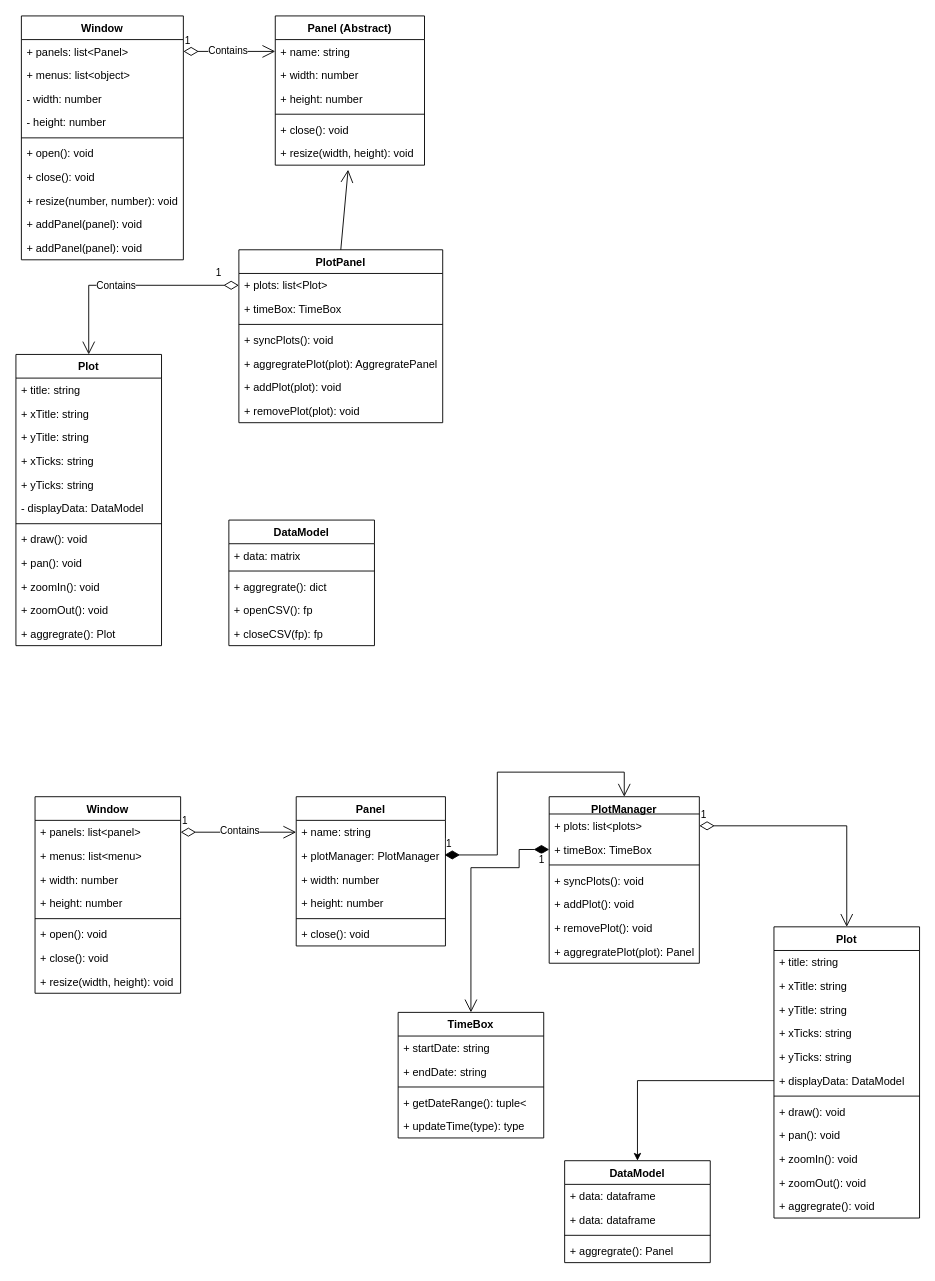
The draw.io diagram ClassModel.drawio in LukiePookie1/data-visualization-application, before the edit. Source tidied: cells renumbered, new cells numbered last; positions are measured from the earlier drawing's top-left corner, leaving out a move shared by most shapes. Both pictures are drawn from the tidied source at 91%, with x=0, y=0 at pixel (15, 15).
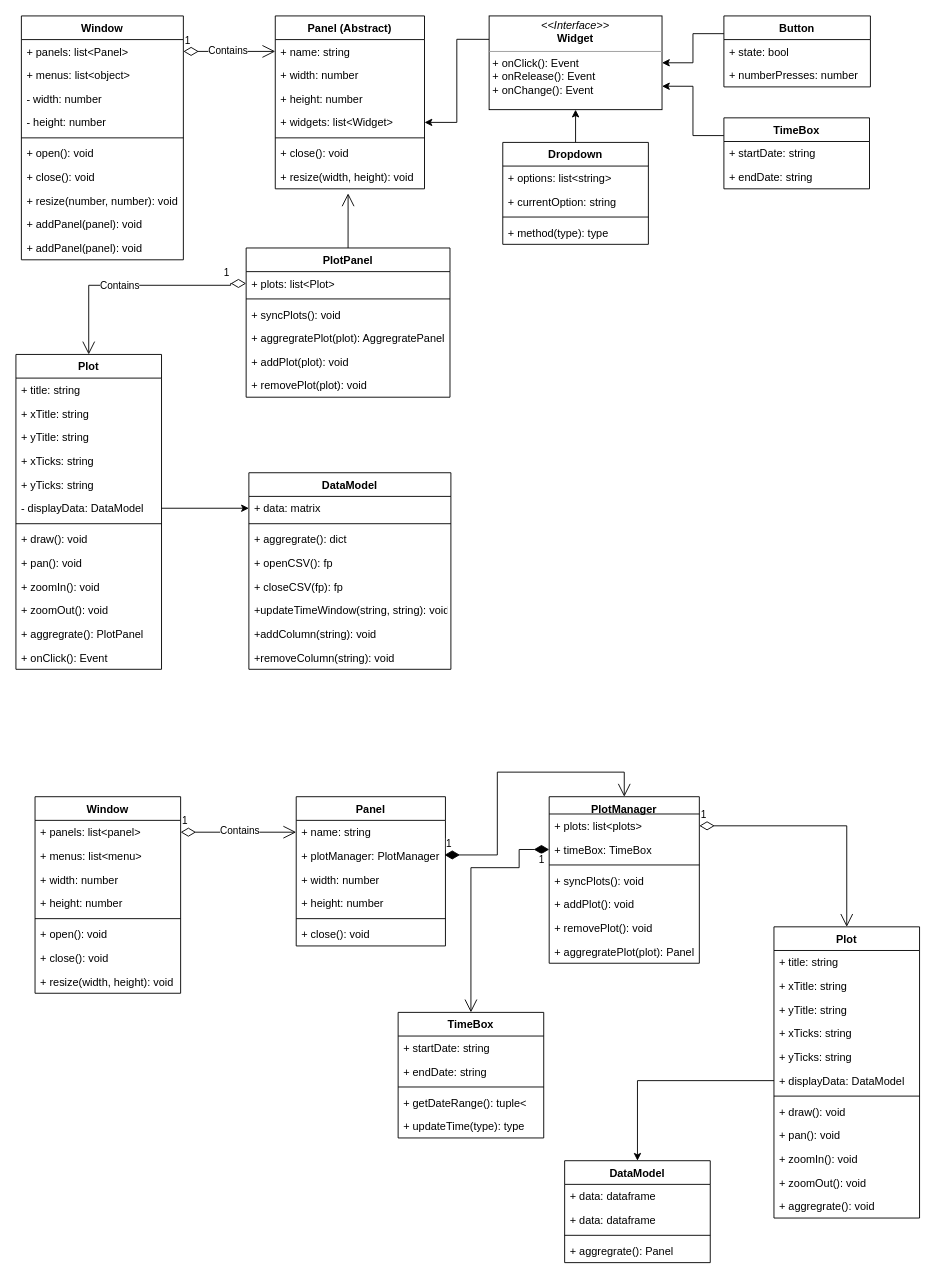
The same diagram, later.

The change refers to these unchanged cells:
```xml
<mxCell id="77" value="+ plots: list&lt;Plot&gt;" style="text;strokeColor=none;fillColor=none;align=left;verticalAlign=top;spacingLeft=4;spacingRight=4;overflow=hidden;points=[[0,0.5],[1,0.5]];portConstraint=eastwest;" parent="76" vertex="1">
  <mxGeometry y="26" width="224" height="26" as="geometry" />
</mxCell>
<mxCell id="91" value="- displayData: DataModel" style="text;strokeColor=none;fillColor=none;align=left;verticalAlign=top;spacingLeft=4;spacingRight=4;overflow=hidden;points=[[0,0.5],[1,0.5]];portConstraint=eastwest;" parent="85" vertex="1">
  <mxGeometry y="156" width="160" height="26" as="geometry" />
</mxCell>
```

Change to the diagram source:
```diff
@@
     <mxCell id="67" value="Panel (Abstract)" style="swimlane;fontStyle=1;align=center;verticalAlign=top;horizontal=1;startSize=26;" parent="1" vertex="1">
-      <mxGeometry x="285" width="164" height="164" as="geometry" />
+      <mxGeometry x="285" width="164" height="190" as="geometry" />
     </mxCell>
@@
+    <mxCell id="106" value="+ widgets: list&lt;Widget&gt;" style="text;strokeColor=none;fillColor=none;align=left;verticalAlign=top;spacingLeft=4;spacingRight=4;overflow=hidden;points=[[0,0.5],[1,0.5]];portConstraint=eastwest;" parent="67" vertex="1">
+      <mxGeometry y="104" width="164" height="26" as="geometry" />
+    </mxCell>
     <mxCell id="71" style="line;strokeWidth=1;fillColor=none;align=left;verticalAlign=middle;spacingTop=-1;spacingLeft=3;spacingRight=3;labelPosition=right;strokeColor=inherit;" parent="67" vertex="1">
-      <mxGeometry y="104" width="164" height="8" as="geometry" />
+      <mxGeometry y="130" width="164" height="8" as="geometry" />
     </mxCell>
     <mxCell id="72" value="+ close(): void" style="text;strokeColor=none;fillColor=none;align=left;verticalAlign=top;spacingLeft=4;spacingRight=4;overflow=hidden;" parent="67" vertex="1">
-      <mxGeometry y="112" width="164" height="26" as="geometry" />
+      <mxGeometry y="138" width="164" height="26" as="geometry" />
     </mxCell>
     <mxCell id="73" value="+ resize(width, height): void" style="text;strokeColor=none;fillColor=none;align=left;verticalAlign=top;spacingLeft=4;spacingRight=4;overflow=hidden;points=[[0,0.5],[1,0.5]];portConstraint=eastwest;" parent="67" vertex="1">
-      <mxGeometry y="138" width="164" height="26" as="geometry" />
+      <mxGeometry y="164" width="164" height="26" as="geometry" />
     </mxCell>
@@
     <mxCell id="76" value="PlotPanel" style="swimlane;fontStyle=1;align=center;verticalAlign=top;horizontal=1;startSize=26;" parent="1" vertex="1">
-      <mxGeometry x="245" y="257" width="224" height="190" as="geometry" />
+      <mxGeometry x="253" y="255" width="224" height="164" as="geometry" />
     </mxCell>
@@
-    <mxCell id="78" value="+ timeBox: TimeBox" style="text;strokeColor=none;fillColor=none;align=left;verticalAlign=top;spacingLeft=4;spacingRight=4;overflow=hidden;" parent="76" vertex="1">
-      <mxGeometry y="52" width="224" height="26" as="geometry" />
-    </mxCell>
     <mxCell id="79" style="line;strokeWidth=1;fillColor=none;align=left;verticalAlign=middle;spacingTop=-1;spacingLeft=3;spacingRight=3;labelPosition=right;strokeColor=inherit;" parent="76" vertex="1">
-      <mxGeometry y="78" width="224" height="8" as="geometry" />
+      <mxGeometry y="52" width="224" height="8" as="geometry" />
     </mxCell>
     <mxCell id="80" value="+ syncPlots(): void" style="text;strokeColor=none;fillColor=none;align=left;verticalAlign=top;spacingLeft=4;spacingRight=4;overflow=hidden;" parent="76" vertex="1">
-      <mxGeometry y="86" width="224" height="26" as="geometry" />
+      <mxGeometry y="60" width="224" height="26" as="geometry" />
     </mxCell>
     <mxCell id="81" value="+ aggregratePlot(plot): AggregratePanel" style="text;strokeColor=none;fillColor=none;align=left;verticalAlign=top;spacingLeft=4;spacingRight=4;overflow=hidden;" parent="76" vertex="1">
-      <mxGeometry y="112" width="224" height="26" as="geometry" />
+      <mxGeometry y="86" width="224" height="26" as="geometry" />
     </mxCell>
     <mxCell id="82" value="+ addPlot(plot): void" style="text;strokeColor=none;fillColor=none;align=left;verticalAlign=top;spacingLeft=4;spacingRight=4;overflow=hidden;" parent="76" vertex="1">
-      <mxGeometry y="138" width="224" height="26" as="geometry" />
+      <mxGeometry y="112" width="224" height="26" as="geometry" />
     </mxCell>
     <mxCell id="83" value="+ removePlot(plot): void" style="text;strokeColor=none;fillColor=none;align=left;verticalAlign=top;spacingLeft=4;spacingRight=4;overflow=hidden;" parent="76" vertex="1">
-      <mxGeometry y="164" width="224" height="26" as="geometry" />
+      <mxGeometry y="138" width="224" height="26" as="geometry" />
     </mxCell>
@@
     <mxCell id="85" value="Plot" style="swimlane;fontStyle=1;align=center;verticalAlign=top;horizontal=1;startSize=26;" parent="1" vertex="1">
-      <mxGeometry y="372" width="160" height="320" as="geometry" />
+      <mxGeometry y="372" width="160" height="346" as="geometry" />
     </mxCell>
@@
-    <mxCell id="97" value="+ aggregrate(): Plot" style="text;strokeColor=none;fillColor=none;align=left;verticalAlign=top;spacingLeft=4;spacingRight=4;overflow=hidden;" parent="85" vertex="1">
+    <mxCell id="97" value="+ aggregrate(): PlotPanel" style="text;strokeColor=none;fillColor=none;align=left;verticalAlign=top;spacingLeft=4;spacingRight=4;overflow=hidden;" parent="85" vertex="1">
       <mxGeometry y="294" width="160" height="26" as="geometry" />
     </mxCell>
+    <mxCell id="107" value="+ onClick(): Event" style="text;strokeColor=none;fillColor=none;align=left;verticalAlign=top;spacingLeft=4;spacingRight=4;overflow=hidden;" parent="85" vertex="1">
+      <mxGeometry y="320" width="160" height="26" as="geometry" />
+    </mxCell>
     <mxCell id="98" value="1" style="endArrow=open;html=1;endSize=12;startArrow=diamondThin;startSize=14;startFill=0;edgeStyle=orthogonalEdgeStyle;align=left;verticalAlign=bottom;rounded=0;exitX=0;exitY=0.5;exitDx=0;exitDy=0;entryX=0.5;entryY=0;entryDx=0;entryDy=0;" parent="1" edge="1" source="77" target="85">
       <mxGeometry x="-0.78" y="-5" relative="1" as="geometry">
         <Array as="points">
+          <mxPoint x="236" y="294" />
+          <mxPoint x="236" y="296" />
           <mxPoint x="80" y="296" />
         </Array>
       </mxGeometry>
     </mxCell>
@@
     <mxCell id="100" value="DataModel" style="swimlane;fontStyle=1;align=center;verticalAlign=top;horizontal=1;startSize=26;" parent="1" vertex="1">
-      <mxGeometry x="234" y="554" width="160" height="138" as="geometry" />
+      <mxGeometry x="256" y="502" width="222" height="216" as="geometry" />
     </mxCell>
     <mxCell id="101" value="+ data: matrix" style="text;strokeColor=none;fillColor=none;align=left;verticalAlign=top;spacingLeft=4;spacingRight=4;overflow=hidden;points=[[0,0.5],[1,0.5]];portConstraint=eastwest;" parent="100" vertex="1">
-      <mxGeometry y="26" width="160" height="26" as="geometry" />
+      <mxGeometry y="26" width="222" height="26" as="geometry" />
     </mxCell>
     <mxCell id="102" style="line;strokeWidth=1;fillColor=none;align=left;verticalAlign=middle;spacingTop=-1;spacingLeft=3;spacingRight=3;labelPosition=right;strokeColor=inherit;" parent="100" vertex="1">
-      <mxGeometry y="52" width="160" height="8" as="geometry" />
+      <mxGeometry y="52" width="222" height="8" as="geometry" />
     </mxCell>
     <mxCell id="103" value="+ aggregrate(): dict" style="text;strokeColor=none;fillColor=none;align=left;verticalAlign=top;spacingLeft=4;spacingRight=4;overflow=hidden;" parent="100" vertex="1">
-      <mxGeometry y="60" width="160" height="26" as="geometry" />
+      <mxGeometry y="60" width="222" height="26" as="geometry" />
     </mxCell>
     <mxCell id="104" value="+ openCSV(): fp" style="text;strokeColor=none;fillColor=none;align=left;verticalAlign=top;spacingLeft=4;spacingRight=4;overflow=hidden;" parent="100" vertex="1">
-      <mxGeometry y="86" width="160" height="26" as="geometry" />
+      <mxGeometry y="86" width="222" height="26" as="geometry" />
     </mxCell>
     <mxCell id="105" value="+ closeCSV(fp): fp" style="text;strokeColor=none;fillColor=none;align=left;verticalAlign=top;spacingLeft=4;spacingRight=4;overflow=hidden;" parent="100" vertex="1">
-      <mxGeometry y="112" width="160" height="26" as="geometry" />
+      <mxGeometry y="112" width="222" height="26" as="geometry" />
     </mxCell>
+    <mxCell id="108" value="+updateTimeWindow(string, string): void" style="text;strokeColor=none;fillColor=none;align=left;verticalAlign=top;spacingLeft=4;spacingRight=4;overflow=hidden;" parent="100" vertex="1">
+      <mxGeometry y="138" width="222" height="26" as="geometry" />
+    </mxCell>
+    <mxCell id="109" value="+addColumn(string): void" style="text;strokeColor=none;fillColor=none;align=left;verticalAlign=top;spacingLeft=4;spacingRight=4;overflow=hidden;" parent="100" vertex="1">
+      <mxGeometry y="164" width="222" height="26" as="geometry" />
+    </mxCell>
+    <mxCell id="110" value="+removeColumn(string): void" style="text;strokeColor=none;fillColor=none;align=left;verticalAlign=top;spacingLeft=4;spacingRight=4;overflow=hidden;" parent="100" vertex="1">
+      <mxGeometry y="190" width="222" height="26" as="geometry" />
+    </mxCell>
+    <mxCell id="111" style="edgeStyle=orthogonalEdgeStyle;rounded=0;jettySize=auto;html=1;exitX=1;exitY=0.5;exitDx=0;exitDy=0;entryX=0;entryY=0.5;entryDx=0;entryDy=0;" parent="1" edge="1" source="91" target="101">
+      <mxGeometry relative="1" as="geometry" />
+    </mxCell>
+    <mxCell id="112" style="edgeStyle=orthogonalEdgeStyle;rounded=0;jettySize=auto;html=1;exitX=0;exitY=0.25;exitDx=0;exitDy=0;entryX=1;entryY=0.5;entryDx=0;entryDy=0;" parent="1" edge="1" source="113" target="117">
+      <mxGeometry relative="1" as="geometry" />
+    </mxCell>
+    <mxCell id="113" value="Button" style="swimlane;fontStyle=1;horizontal=1;startSize=26;fillColor=none;" parent="1" vertex="1">
+      <mxGeometry x="778" width="161" height="78" as="geometry" />
+    </mxCell>
+    <mxCell id="114" value="+ state: bool" style="text;strokeColor=none;fillColor=none;align=left;verticalAlign=top;spacingLeft=4;spacingRight=4;overflow=hidden;" parent="113" vertex="1">
+      <mxGeometry y="26" width="161" height="26" as="geometry" />
+    </mxCell>
+    <mxCell id="115" value="+ numberPresses: number" style="text;strokeColor=none;fillColor=none;align=left;verticalAlign=top;spacingLeft=4;spacingRight=4;overflow=hidden;" parent="113" vertex="1">
+      <mxGeometry y="52" width="161" height="26" as="geometry" />
+    </mxCell>
+    <mxCell id="116" style="edgeStyle=orthogonalEdgeStyle;rounded=0;jettySize=auto;html=1;exitX=0;exitY=0.25;exitDx=0;exitDy=0;entryX=1;entryY=0.5;entryDx=0;entryDy=0;" parent="1" edge="1" source="117" target="106">
+      <mxGeometry relative="1" as="geometry" />
+    </mxCell>
+    <mxCell id="117" value="&lt;p style=&quot;margin:0px;margin-top:4px;text-align:center;&quot;&gt;&lt;i&gt;&amp;lt;&amp;lt;Interface&amp;gt;&amp;gt;&lt;/i&gt;&lt;br&gt;&lt;b&gt;Widget&lt;/b&gt;&lt;/p&gt;&lt;hr size=&quot;1&quot;&gt;&lt;p style=&quot;margin:0px;margin-left:4px;&quot;&gt;+ onClick(): Event&lt;br&gt;+ onRelease(): Event&lt;/p&gt;&lt;p style=&quot;margin:0px;margin-left:4px;&quot;&gt;+ onChange(): Event&lt;/p&gt;" style="verticalAlign=top;align=left;overflow=fill;fontSize=12;fontFamily=Helvetica;html=1;" parent="1" vertex="1">
+      <mxGeometry x="520" width="190" height="103" as="geometry" />
+    </mxCell>
+    <mxCell id="118" style="edgeStyle=orthogonalEdgeStyle;rounded=0;jettySize=auto;html=1;exitX=0;exitY=0.25;exitDx=0;exitDy=0;entryX=1;entryY=0.75;entryDx=0;entryDy=0;" parent="1" edge="1" source="119" target="117">
+      <mxGeometry relative="1" as="geometry" />
+    </mxCell>
+    <mxCell id="119" value="TimeBox" style="swimlane;fontStyle=1;align=center;verticalAlign=top;horizontal=1;startSize=26;" parent="1" vertex="1">
+      <mxGeometry x="778" y="112" width="160" height="78" as="geometry" />
+    </mxCell>
+    <mxCell id="120" value="+ startDate: string" style="text;strokeColor=none;fillColor=none;align=left;verticalAlign=top;spacingLeft=4;spacingRight=4;overflow=hidden;" parent="119" vertex="1">
+      <mxGeometry y="26" width="160" height="26" as="geometry" />
+    </mxCell>
+    <mxCell id="121" value="+ endDate: string" style="text;strokeColor=none;fillColor=none;align=left;verticalAlign=top;spacingLeft=4;spacingRight=4;overflow=hidden;" parent="119" vertex="1">
+      <mxGeometry y="52" width="160" height="26" as="geometry" />
+    </mxCell>
+    <mxCell id="122" style="edgeStyle=orthogonalEdgeStyle;rounded=0;jettySize=auto;html=1;exitX=0.5;exitY=0;exitDx=0;exitDy=0;entryX=0.5;entryY=1;entryDx=0;entryDy=0;" parent="1" edge="1" source="123" target="117">
+      <mxGeometry relative="1" as="geometry" />
+    </mxCell>
+    <mxCell id="123" value="Dropdown" style="swimlane;fontStyle=1;align=center;verticalAlign=top;horizontal=1;startSize=26;" parent="1" vertex="1">
+      <mxGeometry x="535" y="139" width="160" height="112" as="geometry" />
+    </mxCell>
+    <mxCell id="124" value="+ options: list&lt;string&gt;" style="text;strokeColor=none;fillColor=none;align=left;verticalAlign=top;spacingLeft=4;spacingRight=4;overflow=hidden;" parent="123" vertex="1">
+      <mxGeometry y="26" width="160" height="26" as="geometry" />
+    </mxCell>
+    <mxCell id="125" value="+ currentOption: string" style="text;strokeColor=none;fillColor=none;align=left;verticalAlign=top;spacingLeft=4;spacingRight=4;overflow=hidden;" parent="123" vertex="1">
+      <mxGeometry y="52" width="160" height="26" as="geometry" />
+    </mxCell>
+    <mxCell id="126" style="line;strokeWidth=1;fillColor=none;align=left;verticalAlign=middle;spacingTop=-1;spacingLeft=3;spacingRight=3;labelPosition=right;strokeColor=inherit;" parent="123" vertex="1">
+      <mxGeometry y="78" width="160" height="8" as="geometry" />
+    </mxCell>
+    <mxCell id="127" value="+ method(type): type" style="text;strokeColor=none;fillColor=none;align=left;verticalAlign=top;spacingLeft=4;spacingRight=4;overflow=hidden;" parent="123" vertex="1">
+      <mxGeometry y="86" width="160" height="26" as="geometry" />
+    </mxCell>
```
